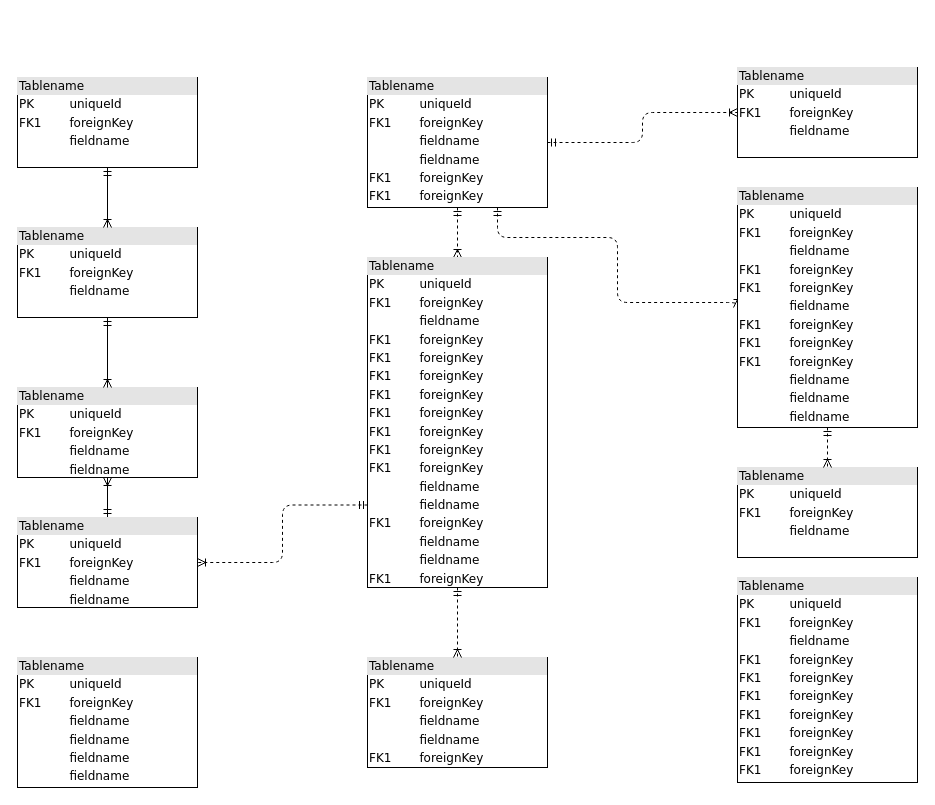
Before: Biểu đồ không có tiêu đề.drawio in DannVo/database_GreenCare, a draw.io diagram. Source tidied: cells renumbered, new cells numbered last; positions are measured from the earlier drawing's top-left corner, leaving out a move shared by most shapes. Both pictures are drawn from the tidied source at 100%, with x=0, y=0 at pixel (17, 67).
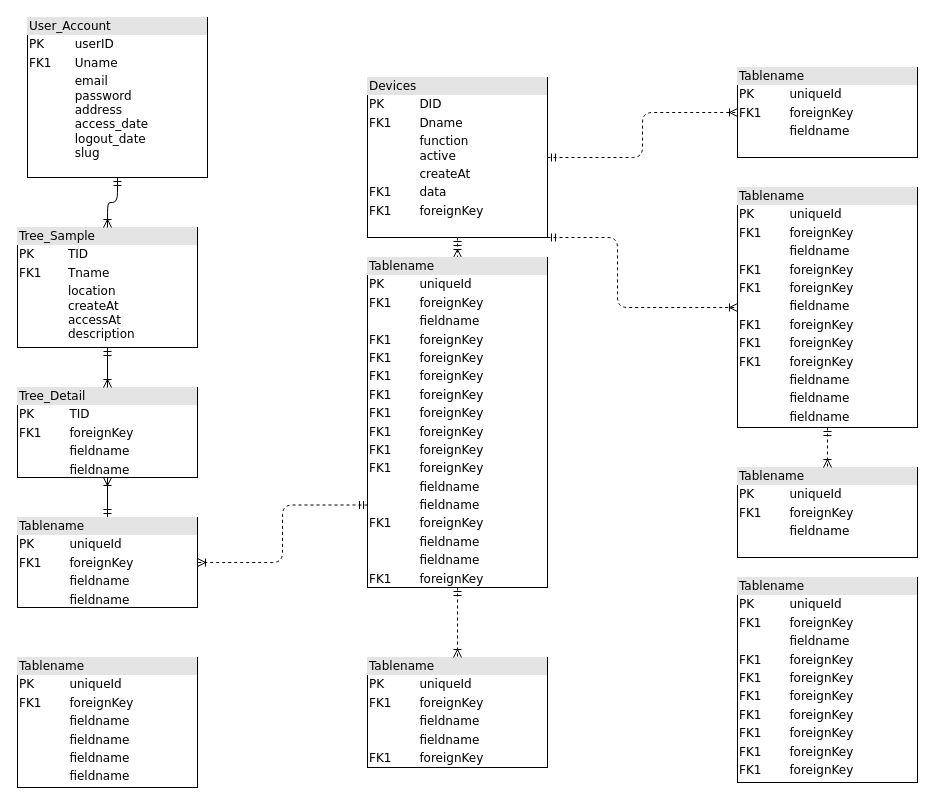
Above is the later version.

Diff of the diagram source:
```diff
@@
-    <mxCell id="2" value="&lt;div style=&quot;box-sizing:border-box;width:100%;background:#e4e4e4;padding:2px;&quot;&gt;Tablename&lt;/div&gt;&lt;table style=&quot;width:100%;font-size:1em;&quot; cellpadding=&quot;2&quot; cellspacing=&quot;0&quot;&gt;&lt;tr&gt;&lt;td&gt;PK&lt;/td&gt;&lt;td&gt;uniqueId&lt;/td&gt;&lt;/tr&gt;&lt;tr&gt;&lt;td&gt;FK1&lt;/td&gt;&lt;td&gt;foreignKey&lt;/td&gt;&lt;/tr&gt;&lt;tr&gt;&lt;td&gt;&lt;/td&gt;&lt;td&gt;fieldname&lt;/td&gt;&lt;/tr&gt;&lt;/table&gt;" style="verticalAlign=top;align=left;overflow=fill;html=1;rounded=0;shadow=0;comic=0;labelBackgroundColor=none;strokeWidth=1;fontFamily=Verdana;fontSize=12;" parent="1" vertex="1">
-      <mxGeometry y="10" width="180" height="90" as="geometry" />
+    <mxCell id="2" value="&lt;div style=&quot;box-sizing:border-box;width:100%;background:#e4e4e4;padding:2px;&quot;&gt;User_Account&lt;/div&gt;&lt;table style=&quot;width:100%;font-size:1em;&quot; cellpadding=&quot;2&quot; cellspacing=&quot;0&quot;&gt;&lt;tbody&gt;&lt;tr&gt;&lt;td&gt;PK&lt;/td&gt;&lt;td&gt;userID&lt;/td&gt;&lt;/tr&gt;&lt;tr&gt;&lt;td&gt;FK1&lt;/td&gt;&lt;td&gt;Uname&lt;/td&gt;&lt;/tr&gt;&lt;tr&gt;&lt;td&gt;&lt;/td&gt;&lt;td&gt;email&lt;br&gt;password&lt;br&gt;address&lt;br&gt;access_date&lt;br&gt;logout_date&lt;br&gt;slug&lt;/td&gt;&lt;/tr&gt;&lt;/tbody&gt;&lt;/table&gt;" style="verticalAlign=top;align=left;overflow=fill;html=1;rounded=0;shadow=0;comic=0;labelBackgroundColor=none;strokeWidth=1;fontFamily=Verdana;fontSize=12;" parent="1" vertex="1">
+      <mxGeometry x="10" y="-50" width="180" height="160" as="geometry" />
     </mxCell>
@@
-    <mxCell id="6" value="&lt;div style=&quot;box-sizing: border-box ; width: 100% ; background: #e4e4e4 ; padding: 2px&quot;&gt;Tablename&lt;/div&gt;&lt;table style=&quot;width: 100% ; font-size: 1em&quot; cellpadding=&quot;2&quot; cellspacing=&quot;0&quot;&gt;&lt;tbody&gt;&lt;tr&gt;&lt;td&gt;PK&lt;/td&gt;&lt;td&gt;uniqueId&lt;/td&gt;&lt;/tr&gt;&lt;tr&gt;&lt;td&gt;FK1&lt;/td&gt;&lt;td&gt;foreignKey&lt;/td&gt;&lt;/tr&gt;&lt;tr&gt;&lt;td&gt;&lt;/td&gt;&lt;td&gt;fieldname&lt;/td&gt;&lt;/tr&gt;&lt;tr&gt;&lt;td&gt;&lt;br&gt;&lt;/td&gt;&lt;td&gt;fieldname&lt;br&gt;&lt;/td&gt;&lt;/tr&gt;&lt;tr&gt;&lt;td&gt;FK1&lt;br&gt;&lt;/td&gt;&lt;td&gt;foreignKey&lt;br&gt;&lt;/td&gt;&lt;/tr&gt;&lt;tr&gt;&lt;td&gt;FK1&lt;br&gt;&lt;/td&gt;&lt;td&gt;foreignKey&lt;br&gt;&lt;/td&gt;&lt;/tr&gt;&lt;/tbody&gt;&lt;/table&gt;" style="verticalAlign=top;align=left;overflow=fill;html=1;rounded=0;shadow=0;comic=0;labelBackgroundColor=none;strokeWidth=1;fontFamily=Verdana;fontSize=12;" parent="1" vertex="1">
-      <mxGeometry x="350" y="10" width="180" height="130" as="geometry" />
+    <mxCell id="6" value="&lt;div style=&quot;box-sizing: border-box ; width: 100% ; background: #e4e4e4 ; padding: 2px&quot;&gt;Devices&lt;/div&gt;&lt;table style=&quot;width: 100% ; font-size: 1em&quot; cellpadding=&quot;2&quot; cellspacing=&quot;0&quot;&gt;&lt;tbody&gt;&lt;tr&gt;&lt;td&gt;PK&lt;/td&gt;&lt;td&gt;DID&lt;/td&gt;&lt;/tr&gt;&lt;tr&gt;&lt;td&gt;FK1&lt;/td&gt;&lt;td&gt;Dname&lt;/td&gt;&lt;/tr&gt;&lt;tr&gt;&lt;td&gt;&lt;/td&gt;&lt;td&gt;function&lt;br&gt;active&lt;/td&gt;&lt;/tr&gt;&lt;tr&gt;&lt;td&gt;&lt;br&gt;&lt;/td&gt;&lt;td&gt;createAt&lt;/td&gt;&lt;/tr&gt;&lt;tr&gt;&lt;td&gt;FK1&lt;br&gt;&lt;/td&gt;&lt;td&gt;data&lt;/td&gt;&lt;/tr&gt;&lt;tr&gt;&lt;td&gt;FK1&lt;br&gt;&lt;/td&gt;&lt;td&gt;foreignKey&lt;br&gt;&lt;/td&gt;&lt;/tr&gt;&lt;/tbody&gt;&lt;/table&gt;" style="verticalAlign=top;align=left;overflow=fill;html=1;rounded=0;shadow=0;comic=0;labelBackgroundColor=none;strokeWidth=1;fontFamily=Verdana;fontSize=12;" parent="1" vertex="1">
+      <mxGeometry x="350" y="10" width="180" height="160" as="geometry" />
     </mxCell>
@@
-    <mxCell id="10" value="&lt;div style=&quot;box-sizing: border-box ; width: 100% ; background: #e4e4e4 ; padding: 2px&quot;&gt;Tablename&lt;/div&gt;&lt;table style=&quot;width: 100% ; font-size: 1em&quot; cellpadding=&quot;2&quot; cellspacing=&quot;0&quot;&gt;&lt;tbody&gt;&lt;tr&gt;&lt;td&gt;PK&lt;/td&gt;&lt;td&gt;uniqueId&lt;/td&gt;&lt;/tr&gt;&lt;tr&gt;&lt;td&gt;FK1&lt;/td&gt;&lt;td&gt;foreignKey&lt;/td&gt;&lt;/tr&gt;&lt;tr&gt;&lt;td&gt;&lt;/td&gt;&lt;td&gt;fieldname&lt;/td&gt;&lt;/tr&gt;&lt;tr&gt;&lt;td&gt;&lt;br&gt;&lt;/td&gt;&lt;td&gt;fieldname&lt;br&gt;&lt;/td&gt;&lt;/tr&gt;&lt;/tbody&gt;&lt;/table&gt;" style="verticalAlign=top;align=left;overflow=fill;html=1;rounded=0;shadow=0;comic=0;labelBackgroundColor=none;strokeWidth=1;fontFamily=Verdana;fontSize=12;" parent="1" vertex="1">
+    <mxCell id="10" value="&lt;div style=&quot;box-sizing: border-box ; width: 100% ; background: #e4e4e4 ; padding: 2px&quot;&gt;Tree_Detail&lt;/div&gt;&lt;table style=&quot;width: 100% ; font-size: 1em&quot; cellpadding=&quot;2&quot; cellspacing=&quot;0&quot;&gt;&lt;tbody&gt;&lt;tr&gt;&lt;td&gt;PK&lt;/td&gt;&lt;td&gt;TID&lt;/td&gt;&lt;/tr&gt;&lt;tr&gt;&lt;td&gt;FK1&lt;/td&gt;&lt;td&gt;foreignKey&lt;/td&gt;&lt;/tr&gt;&lt;tr&gt;&lt;td&gt;&lt;/td&gt;&lt;td&gt;fieldname&lt;/td&gt;&lt;/tr&gt;&lt;tr&gt;&lt;td&gt;&lt;br&gt;&lt;/td&gt;&lt;td&gt;fieldname&lt;br&gt;&lt;/td&gt;&lt;/tr&gt;&lt;/tbody&gt;&lt;/table&gt;" style="verticalAlign=top;align=left;overflow=fill;html=1;rounded=0;shadow=0;comic=0;labelBackgroundColor=none;strokeWidth=1;fontFamily=Verdana;fontSize=12;" parent="1" vertex="1">
       <mxGeometry y="320" width="180" height="90" as="geometry" />
     </mxCell>
@@
-    <mxCell id="12" value="&lt;div style=&quot;box-sizing:border-box;width:100%;background:#e4e4e4;padding:2px;&quot;&gt;Tablename&lt;/div&gt;&lt;table style=&quot;width:100%;font-size:1em;&quot; cellpadding=&quot;2&quot; cellspacing=&quot;0&quot;&gt;&lt;tr&gt;&lt;td&gt;PK&lt;/td&gt;&lt;td&gt;uniqueId&lt;/td&gt;&lt;/tr&gt;&lt;tr&gt;&lt;td&gt;FK1&lt;/td&gt;&lt;td&gt;foreignKey&lt;/td&gt;&lt;/tr&gt;&lt;tr&gt;&lt;td&gt;&lt;/td&gt;&lt;td&gt;fieldname&lt;/td&gt;&lt;/tr&gt;&lt;/table&gt;" style="verticalAlign=top;align=left;overflow=fill;html=1;rounded=0;shadow=0;comic=0;labelBackgroundColor=none;strokeWidth=1;fontFamily=Verdana;fontSize=12;" parent="1" vertex="1">
-      <mxGeometry y="160" width="180" height="90" as="geometry" />
+    <mxCell id="12" value="&lt;div style=&quot;box-sizing:border-box;width:100%;background:#e4e4e4;padding:2px;&quot;&gt;Tree_Sample&lt;/div&gt;&lt;table style=&quot;width:100%;font-size:1em;&quot; cellpadding=&quot;2&quot; cellspacing=&quot;0&quot;&gt;&lt;tbody&gt;&lt;tr&gt;&lt;td&gt;PK&lt;/td&gt;&lt;td&gt;TID&lt;/td&gt;&lt;/tr&gt;&lt;tr&gt;&lt;td&gt;FK1&lt;/td&gt;&lt;td&gt;Tname&lt;/td&gt;&lt;/tr&gt;&lt;tr&gt;&lt;td&gt;&lt;/td&gt;&lt;td&gt;location&lt;br&gt;createAt&lt;br&gt;accessAt&lt;br&gt;description&lt;br&gt;&lt;br&gt;&lt;br&gt;&lt;br&gt;&lt;/td&gt;&lt;/tr&gt;&lt;/tbody&gt;&lt;/table&gt;" style="verticalAlign=top;align=left;overflow=fill;html=1;rounded=0;shadow=0;comic=0;labelBackgroundColor=none;strokeWidth=1;fontFamily=Verdana;fontSize=12;" parent="1" vertex="1">
+      <mxGeometry y="160" width="180" height="120" as="geometry" />
     </mxCell>
```
